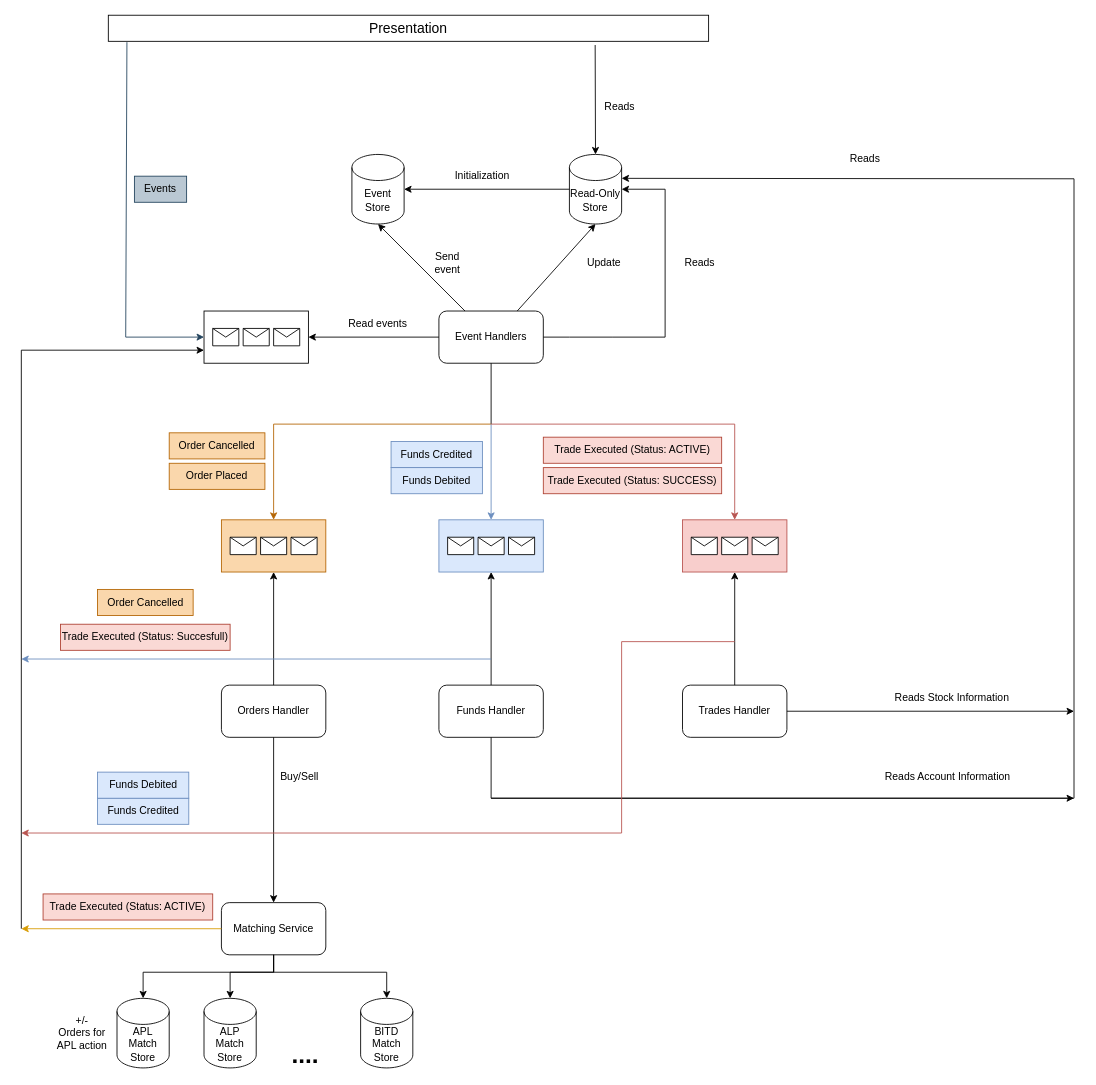
Earlier version of the draw.io diagram docs/trading_system.drawio (Raul072103/TradingApp). Source tidied: cells renumbered, new cells numbered last; positions are measured from the earlier drawing's top-left corner, leaving out a move shared by most shapes. Both pictures are drawn from the tidied source at 87%, with x=0, y=0 at pixel (21, 15).
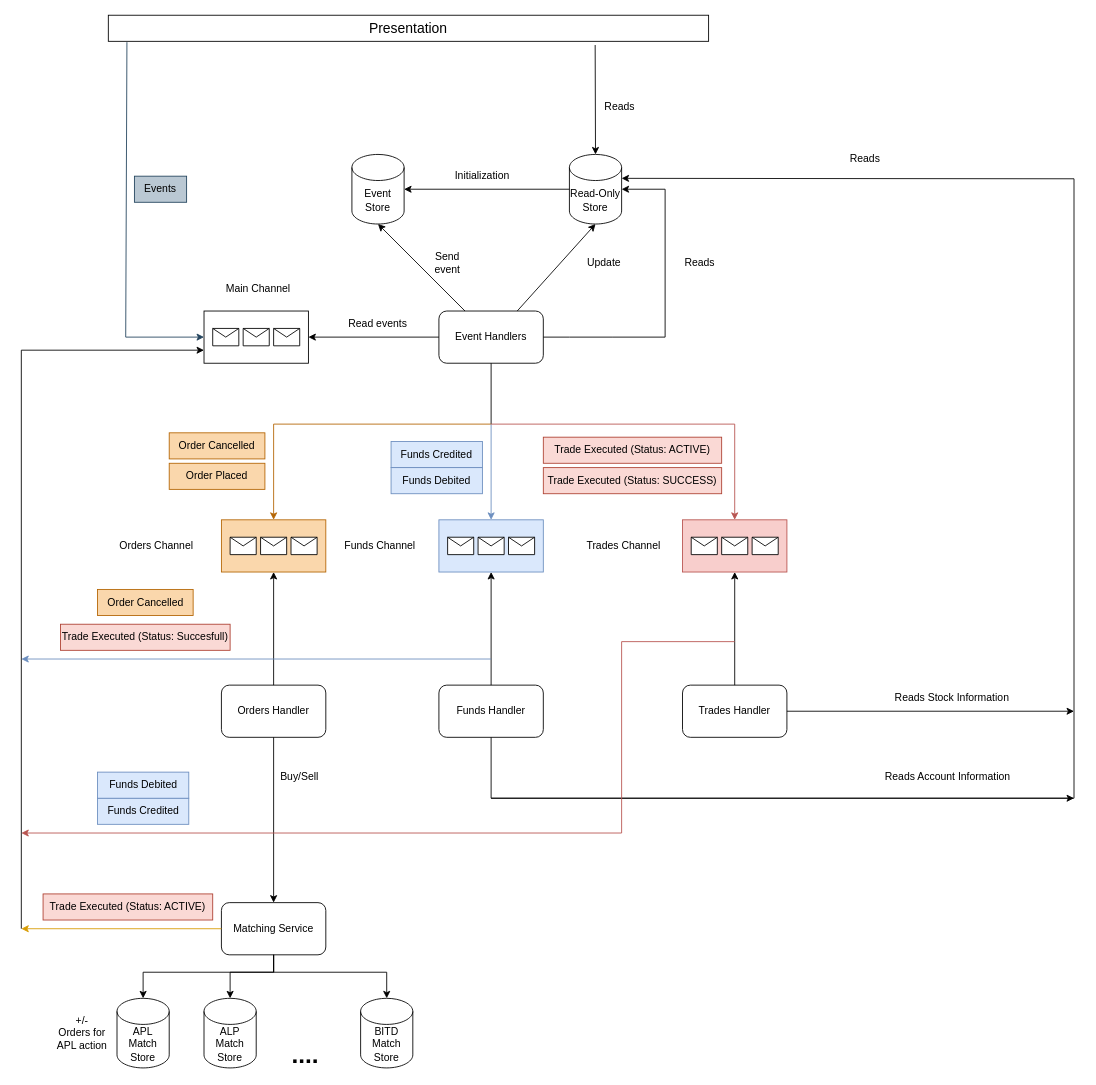
After the change.

What changed in the source:
```diff
@@
+    <mxCell id="78" value="Main Channel" style="text;html=1;strokeColor=none;fillColor=none;align=center;verticalAlign=middle;whiteSpace=wrap;rounded=0;" parent="1" vertex="1">
+      <mxGeometry x="205" y="300" width="135" height="30" as="geometry" />
+    </mxCell>
+    <mxCell id="79" value="Orders Channel" style="text;html=1;strokeColor=none;fillColor=none;align=center;verticalAlign=middle;whiteSpace=wrap;rounded=0;" parent="1" vertex="1">
+      <mxGeometry x="87.5" y="595" width="135" height="30" as="geometry" />
+    </mxCell>
+    <mxCell id="80" value="Funds Channel" style="text;html=1;strokeColor=none;fillColor=none;align=center;verticalAlign=middle;whiteSpace=wrap;rounded=0;" parent="1" vertex="1">
+      <mxGeometry x="345" y="595" width="135" height="30" as="geometry" />
+    </mxCell>
+    <mxCell id="81" value="Trades Channel" style="text;html=1;strokeColor=none;fillColor=none;align=center;verticalAlign=middle;whiteSpace=wrap;rounded=0;" parent="1" vertex="1">
+      <mxGeometry x="625" y="595" width="135" height="30" as="geometry" />
+    </mxCell>
```
